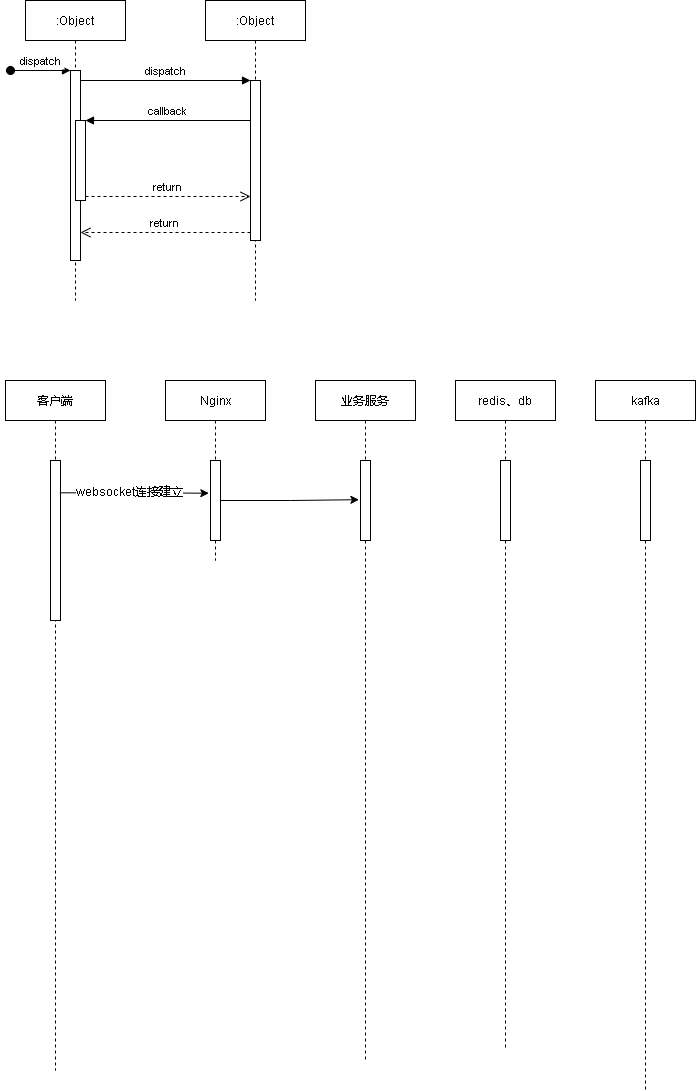
This is cgopro关键业务.drawio.png from xktder/draw, a draw.io export, as it was before one commit. Source tidied: cells renumbered, new cells last; positions are measured from the earlier drawing's top-left corner, leaving out a move shared by most shapes.
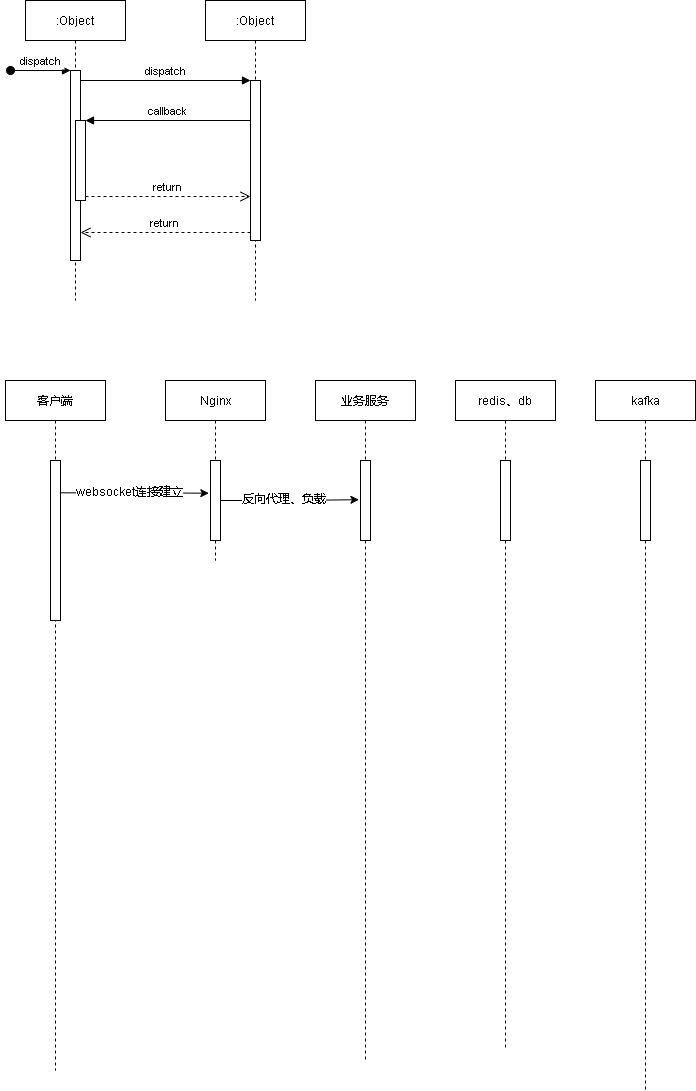
After the change.

Commit message:
更新cgopro关键业务.drawio.png

Change to the diagram source:
```diff
@@ -73,5 +73,8 @@
     <mxCell id="24" style="edgeStyle=orthogonalEdgeStyle;rounded=0;jettySize=auto;html=1;entryX=-0.157;entryY=0.49;entryDx=0;entryDy=0;entryPerimeter=0;" parent="1" edge="1" source="15" target="17">
       <mxGeometry relative="1" as="geometry" />
     </mxCell>
+    <mxCell id="25" value="反向代理、负载" style="edgeLabel;html=1;align=center;verticalAlign=middle;" parent="24" vertex="1">
+      <mxGeometry x="-0.1" y="1" relative="1" as="geometry" />
+    </mxCell>
   </root>
 </mxGraphModel>
```
